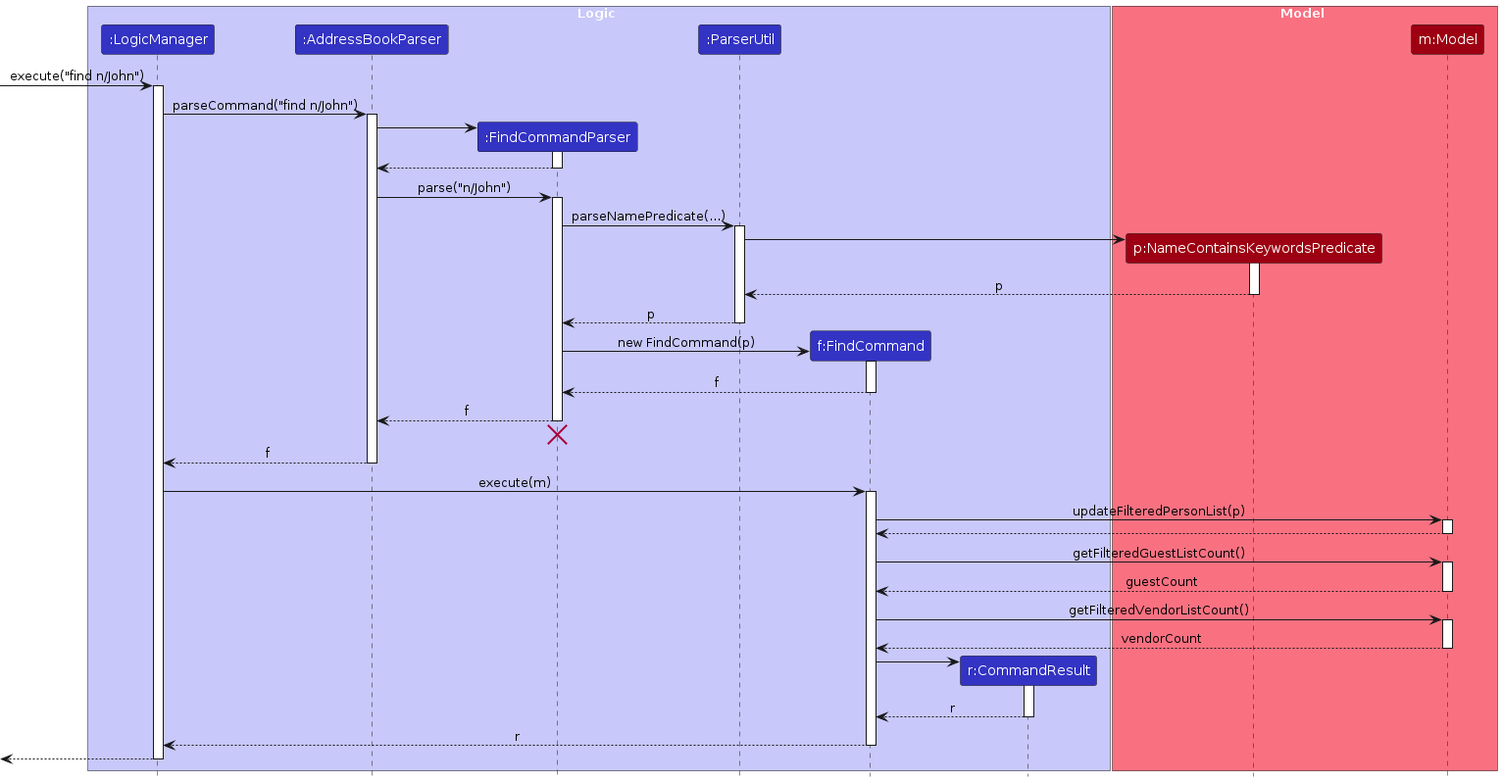
Earlier version of the PlantUML export diagrams/FindSequenceDiagram.png (AY2425S1-CS2103T-F09-3/tp). Its source is kept beside it as diagrams/FindSequenceDiagram.puml.
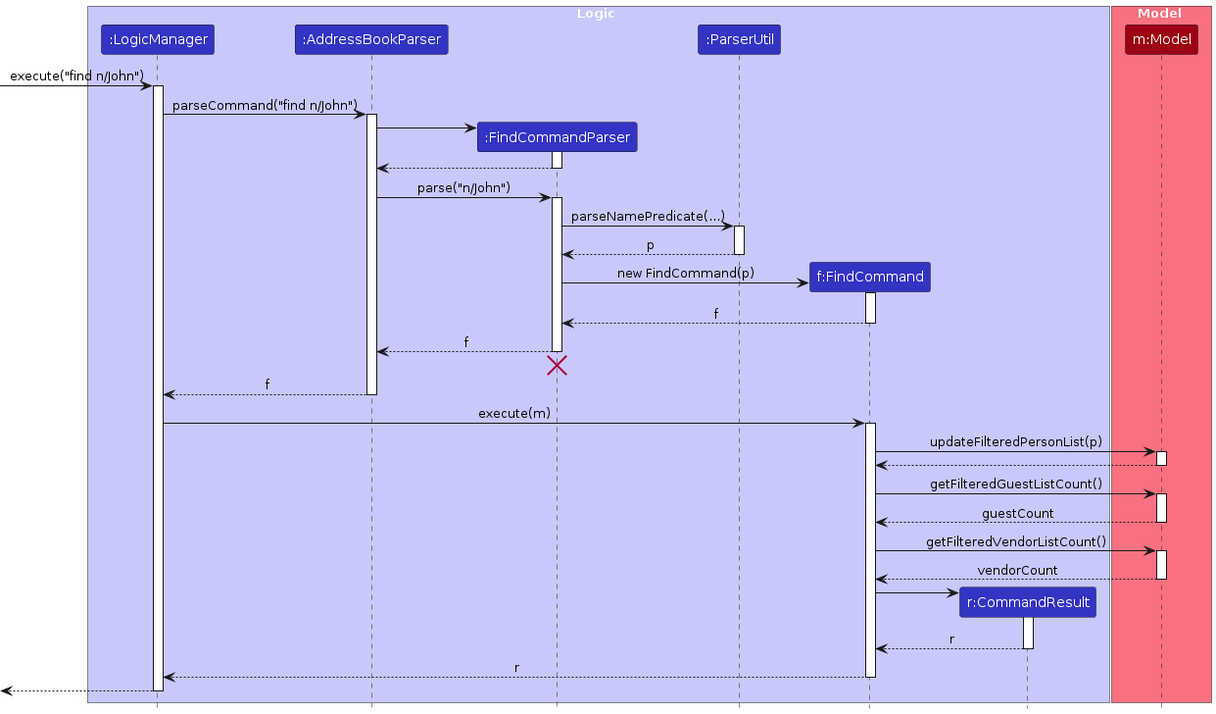
Later version of the same file.

Change to the diagram source:
```diff
@@ -12,7 +12,6 @@
 end box
 
 box Model MODEL_COLOR_T1
-participant "p:NameContainsKeywordsPredicate" as NameContainsKeywordsPredicate MODEL_COLOR
 participant "m:Model" as Model MODEL_COLOR
 end box
 
@@ -34,13 +33,6 @@
 
 FindCommandParser -> ParserUtil : parseNamePredicate(...)
 activate ParserUtil
-
-create NameContainsKeywordsPredicate
-ParserUtil -> NameContainsKeywordsPredicate
-activate NameContainsKeywordsPredicate
-
-NameContainsKeywordsPredicate --> ParserUtil : p
-deactivate NameContainsKeywordsPredicate
 
 ParserUtil --> FindCommandParser : p
 deactivate ParserUtil
```
